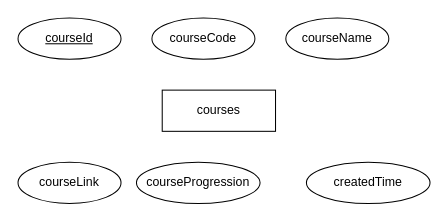
This is erdiagram.drawio from Bakko50B/Bckend-Moment1, a draw.io file, before an edit. Source tidied: cells renumbered, new cells numbered last; positions are measured from the earlier drawing's top-left corner, leaving out a move shared by most shapes. Both pictures are drawn from the tidied source at 103%, with x=0, y=0 at pixel (18, 18).
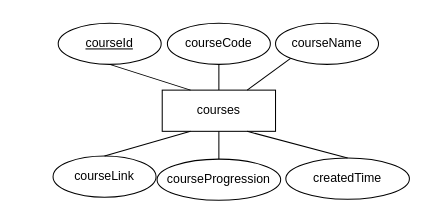
The same diagram, later.

Commit message (it also covers changes not shown here):
Uppdaterat ER diagram - Skapad pdf uppdaterad style (struktur)

The edit, as a diff of the source:
```diff
@@
-<mxGraphModel>
+<mxGraphModel background="#FFFFFF">
   <root>
     <mxCell id="0" />
     <mxCell id="1" parent="0" />
     <mxCell id="2" value="courses" style="whiteSpace=wrap;html=1;align=center;" parent="1" vertex="1">
       <mxGeometry x="140" y="70" width="110" height="40" as="geometry" />
     </mxCell>
     <mxCell id="3" value="courseId" style="ellipse;whiteSpace=wrap;html=1;align=center;fontStyle=4;" parent="1" vertex="1">
-      <mxGeometry width="100" height="40" as="geometry" />
+      <mxGeometry x="39" y="5" width="100" height="40" as="geometry" />
     </mxCell>
     <mxCell id="4" value="courseCode" style="ellipse;whiteSpace=wrap;html=1;align=center;" parent="1" vertex="1">
-      <mxGeometry x="130" width="100" height="40" as="geometry" />
+      <mxGeometry x="145" y="5" width="100" height="40" as="geometry" />
     </mxCell>
     <mxCell id="5" value="courseName" style="ellipse;whiteSpace=wrap;html=1;align=center;" parent="1" vertex="1">
-      <mxGeometry x="260" width="100" height="40" as="geometry" />
+      <mxGeometry x="250" y="5" width="100" height="40" as="geometry" />
     </mxCell>
     <mxCell id="6" value="courseLink" style="ellipse;whiteSpace=wrap;html=1;align=center;" parent="1" vertex="1">
-      <mxGeometry y="140" width="100" height="40" as="geometry" />
+      <mxGeometry x="34" y="134" width="100" height="40" as="geometry" />
     </mxCell>
     <mxCell id="7" value="courseProgression" style="ellipse;whiteSpace=wrap;html=1;align=center;" parent="1" vertex="1">
-      <mxGeometry x="115" y="140" width="120" height="40" as="geometry" />
+      <mxGeometry x="135" y="137" width="120" height="40" as="geometry" />
     </mxCell>
     <mxCell id="8" value="createdTime" style="ellipse;whiteSpace=wrap;html=1;align=center;" parent="1" vertex="1">
-      <mxGeometry x="280" y="140" width="120" height="40" as="geometry" />
+      <mxGeometry x="260" y="136" width="120" height="40" as="geometry" />
     </mxCell>
+    <mxCell id="9" style="endArrow=none;html=1;rounded=0;entryX=0.25;entryY=0;entryDx=0;entryDy=0;exitX=0.5;exitY=1;exitDx=0;exitDy=0;" parent="1" edge="1" source="3" target="2">
+      <mxGeometry relative="1" as="geometry" />
+    </mxCell>
+    <mxCell id="10" style="endArrow=none;html=1;rounded=0;exitX=0.5;exitY=1;exitDx=0;exitDy=0;entryX=0.5;entryY=0;entryDx=0;entryDy=0;" parent="1" edge="1" source="4" target="2">
+      <mxGeometry relative="1" as="geometry" />
+    </mxCell>
+    <mxCell id="11" style="endArrow=none;html=1;rounded=0;exitX=0;exitY=1;exitDx=0;exitDy=0;entryX=0.75;entryY=0;entryDx=0;entryDy=0;" parent="1" edge="1" source="5" target="2">
+      <mxGeometry relative="1" as="geometry" />
+    </mxCell>
+    <mxCell id="12" style="endArrow=none;html=1;rounded=0;exitX=0.5;exitY=0;exitDx=0;exitDy=0;entryX=0.25;entryY=1;entryDx=0;entryDy=0;" parent="1" edge="1" source="6" target="2">
+      <mxGeometry relative="1" as="geometry" />
+    </mxCell>
+    <mxCell id="13" style="endArrow=none;html=1;rounded=0;entryX=0.5;entryY=0;entryDx=0;entryDy=0;exitX=0.5;exitY=1;exitDx=0;exitDy=0;" parent="1" edge="1" source="2" target="7">
+      <mxGeometry relative="1" as="geometry" />
+    </mxCell>
+    <mxCell id="14" style="endArrow=none;html=1;rounded=0;exitX=0.75;exitY=1;exitDx=0;exitDy=0;entryX=0.5;entryY=0;entryDx=0;entryDy=0;" parent="1" edge="1" source="2" target="8">
+      <mxGeometry relative="1" as="geometry" />
+    </mxCell>
   </root>
 </mxGraphModel>
```
